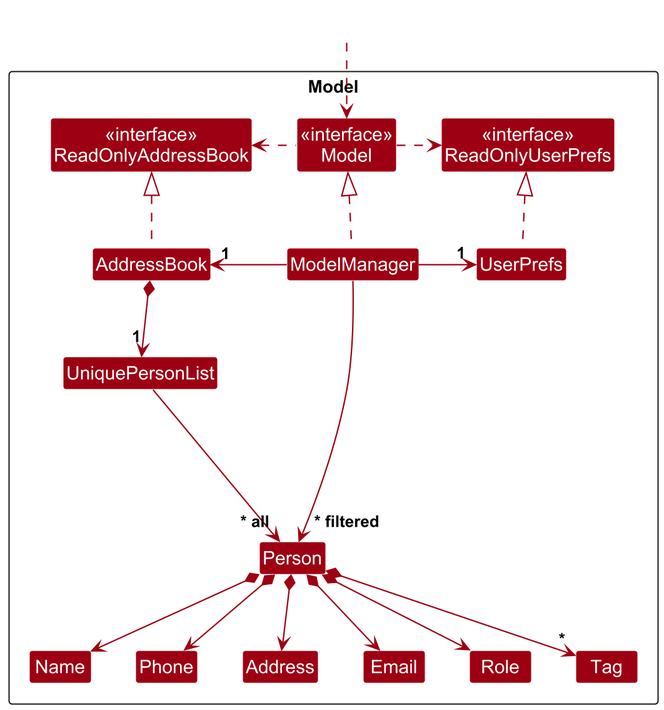
This is docs/images/ModelClassDiagram.png from nus-cs2103-AY2425S1/tp, a PlantUML export, as it was before one commit. Its source is kept beside it as docs/diagrams/ModelClassDiagram.puml.
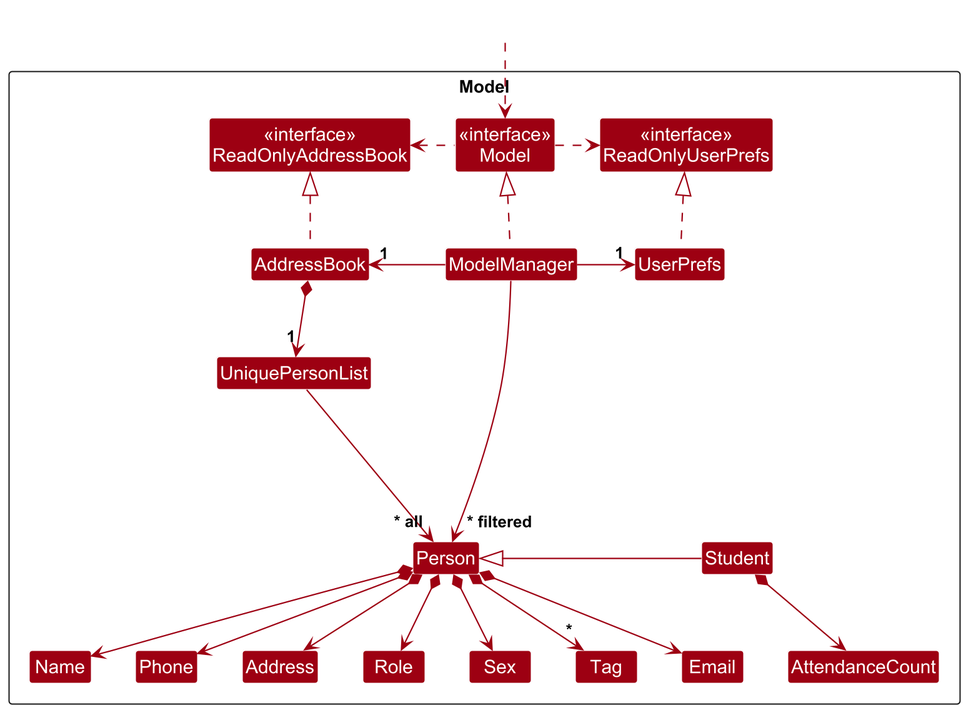
After the change.

What changed in the source:
```diff
@@ -19,6 +19,7 @@
 Class Email
 Class Name
 Class Role
+Class Sex
 Class Phone
 Class Tag
 Class AttendanceCount
@@ -41,6 +42,7 @@
 AddressBook *--> "1" UniquePersonList
 UniquePersonList --> "~* all" Person
 Person *--> Name
+Person *--> Sex
 Person *--> Role
 Person *--> Phone
 Person *--> Email
```
